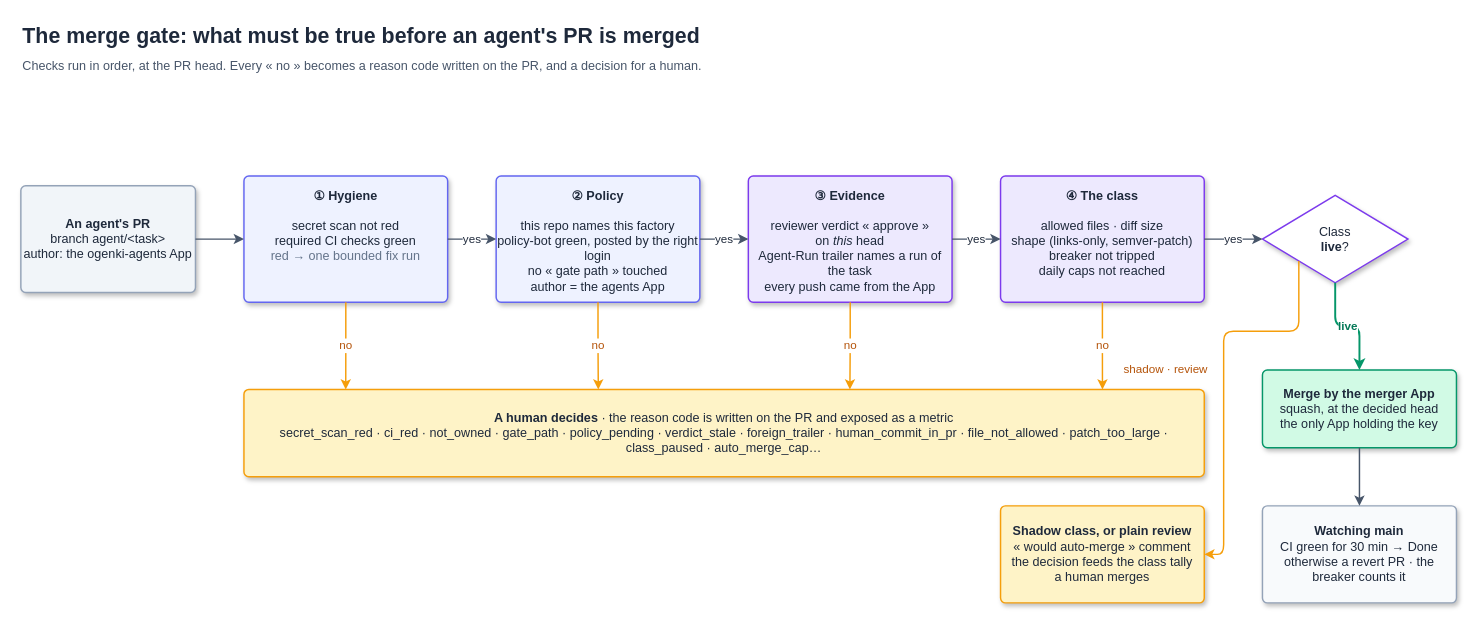
Smana/smana.github.io keeps this draw.io diagram as content/fr/post/series/agentic_ai/cloud-native-agent-factory/merge-gate.drawio. Above is the earlier version. Source tidied: cells renumbered, new cells numbered last; positions are measured from the earlier drawing's top-left corner, leaving out a move shared by most shapes. Both pictures are drawn from the tidied source at 97%, with x=0, y=0 at pixel (20, 16).
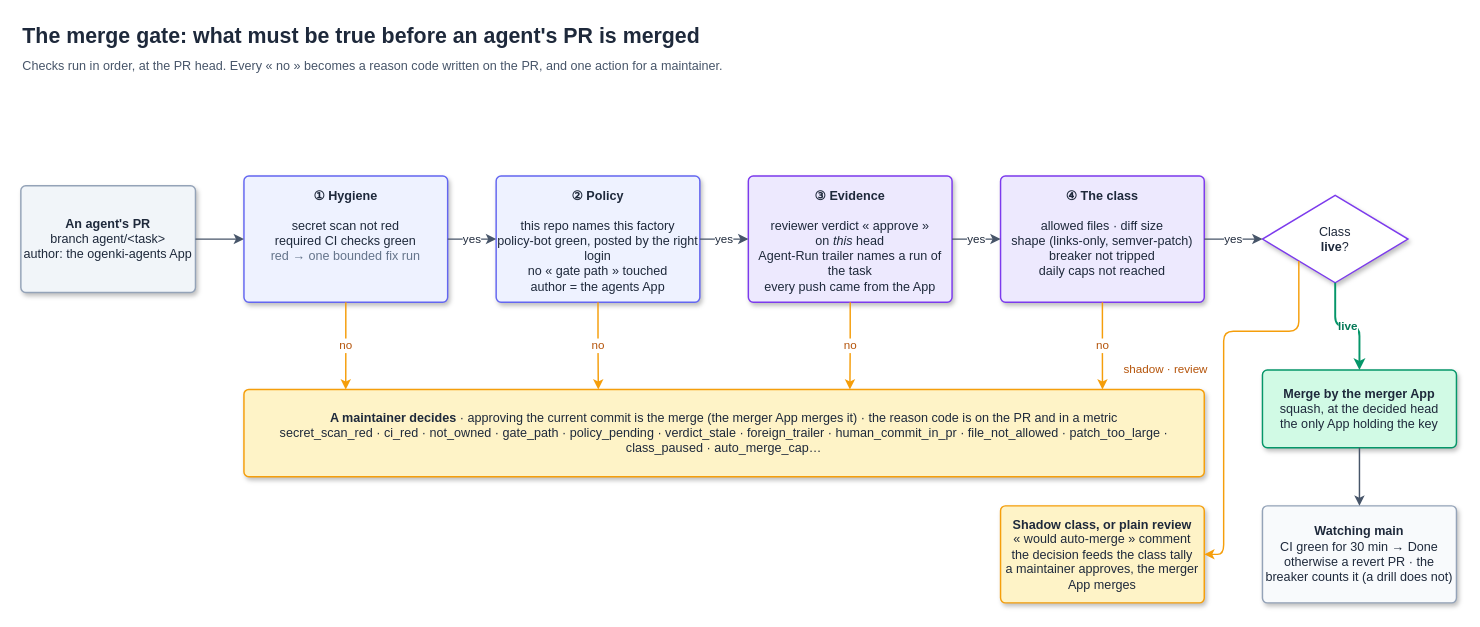
Above is the later version.

Change to the diagram source:
```diff
@@
-    <mxCell id="3" value="Checks run in order, at the PR head. Every « no » becomes a reason code written on the PR, and a decision for a human." style="text;html=1;fontFamily=Helvetica;align=left;verticalAlign=top;whiteSpace=wrap;fontSize=13;fontColor=#475569;" parent="1" vertex="1">
+    <mxCell id="3" value="Checks run in order, at the PR head. Every « no » becomes a reason code written on the PR, and one action for a maintainer." style="text;html=1;fontFamily=Helvetica;align=left;verticalAlign=top;whiteSpace=wrap;fontSize=13;fontColor=#475569;" parent="1" vertex="1">
       <mxGeometry y="36" width="1100" height="22" as="geometry" />
     </mxCell>
@@
-    <mxCell id="11" value="&lt;b&gt;Watching main&lt;/b&gt;&lt;br&gt;CI green for 30 min → Done&lt;br&gt;otherwise a revert PR · the breaker counts it" style="rounded=1;absoluteArcSize=1;arcSize=10;whiteSpace=wrap;html=1;strokeWidth=1.5;fontFamily=Helvetica;fontSize=13;shadow=1;fillColor=#F8FAFC;strokeColor=#94A3B8;fontColor=#1E293B;" parent="1" vertex="1">
+    <mxCell id="11" value="&lt;b&gt;Watching main&lt;/b&gt;&lt;br&gt;CI green for 30 min → Done&lt;br&gt;otherwise a revert PR · the breaker counts it (a drill does not)" style="rounded=1;absoluteArcSize=1;arcSize=10;whiteSpace=wrap;html=1;strokeWidth=1.5;fontFamily=Helvetica;fontSize=13;shadow=1;fillColor=#F8FAFC;strokeColor=#94A3B8;fontColor=#1E293B;" parent="1" vertex="1">
       <mxGeometry x="1280" y="504" width="200" height="100" as="geometry" />
     </mxCell>
-    <mxCell id="12" value="&lt;b&gt;Shadow class, or plain review&lt;/b&gt;&lt;br&gt;« would auto-merge » comment&lt;br&gt;the decision feeds the class tally&lt;br&gt;a human merges" style="rounded=1;absoluteArcSize=1;arcSize=10;whiteSpace=wrap;html=1;strokeWidth=1.5;fontFamily=Helvetica;fontSize=13;shadow=1;fillColor=#FEF3C7;strokeColor=#F59E0B;fontColor=#1E293B;" parent="1" vertex="1">
+    <mxCell id="12" value="&lt;b&gt;Shadow class, or plain review&lt;/b&gt;&lt;br&gt;« would auto-merge » comment&lt;br&gt;the decision feeds the class tally&lt;br&gt;a maintainer approves, the merger App merges" style="rounded=1;absoluteArcSize=1;arcSize=10;whiteSpace=wrap;html=1;strokeWidth=1.5;fontFamily=Helvetica;fontSize=13;shadow=1;fillColor=#FEF3C7;strokeColor=#F59E0B;fontColor=#1E293B;" parent="1" vertex="1">
       <mxGeometry x="1010" y="504" width="210" height="100" as="geometry" />
     </mxCell>
-    <mxCell id="13" value="&lt;b&gt;A human decides&lt;/b&gt; · the reason code is written on the PR and exposed as a metric&lt;br&gt;secret_scan_red · ci_red · not_owned · gate_path · policy_pending · verdict_stale · foreign_trailer · human_commit_in_pr · file_not_allowed · patch_too_large · class_paused · auto_merge_cap…" style="rounded=1;absoluteArcSize=1;arcSize=10;whiteSpace=wrap;html=1;strokeWidth=1.5;fontFamily=Helvetica;fontSize=13;shadow=1;fillColor=#FEF3C7;strokeColor=#F59E0B;fontColor=#1E293B;" parent="1" vertex="1">
+    <mxCell id="13" value="&lt;b&gt;A maintainer decides&lt;/b&gt; · approving the current commit is the merge (the merger App merges it) · the reason code is on the PR and in a metric&lt;br&gt;secret_scan_red · ci_red · not_owned · gate_path · policy_pending · verdict_stale · foreign_trailer · human_commit_in_pr · file_not_allowed · patch_too_large · class_paused · auto_merge_cap…" style="rounded=1;absoluteArcSize=1;arcSize=10;whiteSpace=wrap;html=1;strokeWidth=1.5;fontFamily=Helvetica;fontSize=13;shadow=1;fillColor=#FEF3C7;strokeColor=#F59E0B;fontColor=#1E293B;" parent="1" vertex="1">
       <mxGeometry x="230" y="384" width="990" height="90" as="geometry" />
     </mxCell>
```
